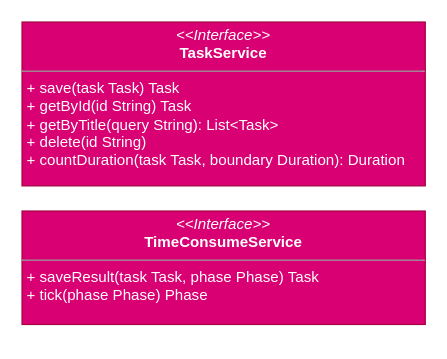
Before: page "services" (2 of 3) of design.drawio in SpectralJager/life_controll_app, a draw.io diagram. Source tidied: cells renumbered, new cells numbered last; positions are measured from the earlier drawing's top-left corner, leaving out a move shared by most shapes. Both pictures are drawn from the tidied source at 126%, with x=0, y=0 at pixel (21, 21).
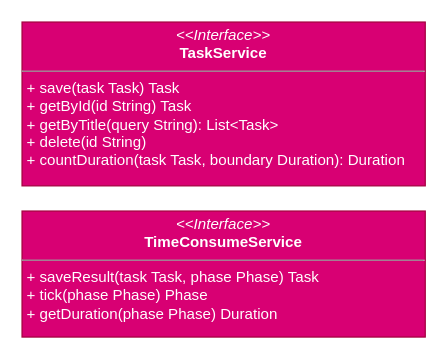
After the change.

The edit, as a diff of the source:
```diff
@@
 <mxGraphModel>
   <root>
     <mxCell id="0" />
     <mxCell id="1" parent="0" />
     <mxCell id="2" value="&lt;p style=&quot;margin: 0px ; margin-top: 4px ; text-align: center&quot;&gt;&lt;i&gt;&amp;lt;&amp;lt;Interface&amp;gt;&amp;gt;&lt;/i&gt;&lt;br&gt;&lt;b&gt;TaskService&lt;/b&gt;&lt;/p&gt;&lt;hr size=&quot;1&quot;&gt;&lt;p style=&quot;margin: 0px ; margin-left: 4px&quot;&gt;&lt;/p&gt;&lt;p style=&quot;margin: 0px ; margin-left: 4px&quot;&gt;+ save(task Task) Task&lt;/p&gt;&lt;p style=&quot;margin: 0px ; margin-left: 4px&quot;&gt;+ getById(id String) Task&lt;/p&gt;&lt;p style=&quot;margin: 0px ; margin-left: 4px&quot;&gt;+ getByTitle(query String): List&amp;lt;Task&amp;gt;&lt;/p&gt;&lt;p style=&quot;margin: 0px ; margin-left: 4px&quot;&gt;+ delete(id String)&lt;/p&gt;&lt;p style=&quot;margin: 0px ; margin-left: 4px&quot;&gt;+ countDuration(task Task, boundary Duration): Duration&lt;/p&gt;&lt;p style=&quot;margin: 0px ; margin-left: 4px&quot;&gt;&lt;br&gt;&lt;/p&gt;" style="verticalAlign=top;align=left;overflow=fill;fontSize=12;fontFamily=Helvetica;html=1;fillColor=#d80073;fontColor=#ffffff;strokeColor=#A50040;" parent="1" vertex="1">
       <mxGeometry width="320" height="130" as="geometry" />
     </mxCell>
-    <mxCell id="3" value="&lt;p style=&quot;margin: 0px ; margin-top: 4px ; text-align: center&quot;&gt;&lt;i&gt;&amp;lt;&amp;lt;Interface&amp;gt;&amp;gt;&lt;/i&gt;&lt;br&gt;&lt;b&gt;TimeConsumeService&lt;/b&gt;&lt;/p&gt;&lt;hr size=&quot;1&quot;&gt;&lt;p style=&quot;margin: 0px ; margin-left: 4px&quot;&gt;&lt;/p&gt;&lt;p style=&quot;margin: 0px ; margin-left: 4px&quot;&gt;+ saveResult(task Task, phase Phase) Task&lt;/p&gt;&lt;p style=&quot;margin: 0px ; margin-left: 4px&quot;&gt;+ tick(phase Phase) Phase&lt;/p&gt;&lt;p style=&quot;margin: 0px ; margin-left: 4px&quot;&gt;&lt;br&gt;&lt;/p&gt;&lt;p style=&quot;margin: 0px ; margin-left: 4px&quot;&gt;&lt;br&gt;&lt;/p&gt;" style="verticalAlign=top;align=left;overflow=fill;fontSize=12;fontFamily=Helvetica;html=1;fillColor=#d80073;fontColor=#ffffff;strokeColor=#A50040;" parent="1" vertex="1">
-      <mxGeometry y="150" width="320" height="90" as="geometry" />
+    <mxCell id="3" value="&lt;p style=&quot;margin: 0px ; margin-top: 4px ; text-align: center&quot;&gt;&lt;i&gt;&amp;lt;&amp;lt;Interface&amp;gt;&amp;gt;&lt;/i&gt;&lt;br&gt;&lt;b&gt;TimeConsumeService&lt;/b&gt;&lt;/p&gt;&lt;hr size=&quot;1&quot;&gt;&lt;p style=&quot;margin: 0px ; margin-left: 4px&quot;&gt;&lt;/p&gt;&lt;p style=&quot;margin: 0px ; margin-left: 4px&quot;&gt;+ saveResult(task Task, phase Phase) Task&lt;/p&gt;&lt;p style=&quot;margin: 0px ; margin-left: 4px&quot;&gt;+ tick(phase Phase) Phase&lt;/p&gt;&lt;p style=&quot;margin: 0px ; margin-left: 4px&quot;&gt;+ getDuration(phase Phase) Duration&lt;/p&gt;&lt;p style=&quot;margin: 0px ; margin-left: 4px&quot;&gt;&lt;br&gt;&lt;/p&gt;" style="verticalAlign=top;align=left;overflow=fill;fontSize=12;fontFamily=Helvetica;html=1;fillColor=#d80073;fontColor=#ffffff;strokeColor=#A50040;" parent="1" vertex="1">
+      <mxGeometry y="150" width="320" height="100" as="geometry" />
     </mxCell>
   </root>
 </mxGraphModel>
```
